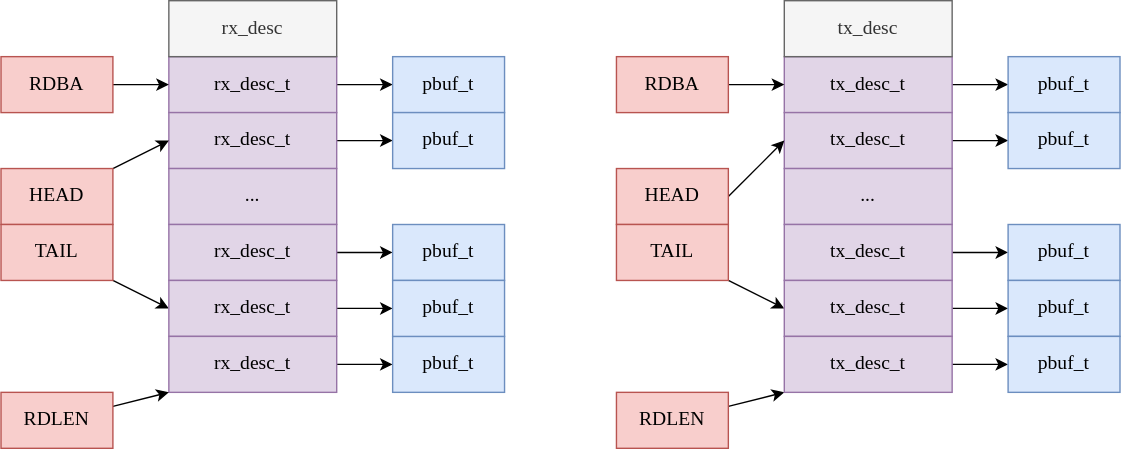
StevenBaby/onix keeps this draw.io diagram as docs/14 网络协议/images/e1000.drawio.svg. Above is the earlier version. Source tidied: cells renumbered, new cells last; positions are measured from the earlier drawing's top-left corner, leaving out a move shared by most shapes.
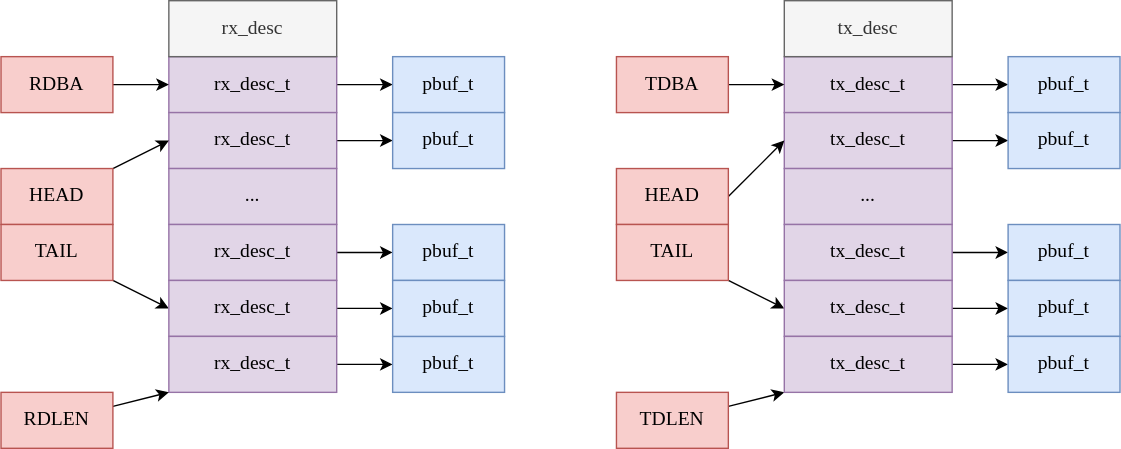
After the change.

Change to the diagram source:
```diff
@@ -125,7 +125,7 @@
     <mxCell id="42" style="edgeStyle=none;html=1;entryX=0;entryY=0.5;entryDx=0;entryDy=0;" parent="1" edge="1" source="43" target="14">
       <mxGeometry relative="1" as="geometry" />
     </mxCell>
-    <mxCell id="43" value="RDBA" style="rounded=0;whiteSpace=wrap;html=1;fillColor=#f8cecc;strokeColor=#b85450;fontSize=14;fontFamily=dengxian;" parent="1" vertex="1">
+    <mxCell id="43" value="TDBA" style="rounded=0;whiteSpace=wrap;html=1;fillColor=#f8cecc;strokeColor=#b85450;fontSize=14;fontFamily=dengxian;" parent="1" vertex="1">
       <mxGeometry x="440" y="40" width="80" height="40" as="geometry" />
     </mxCell>
     <mxCell id="44" style="edgeStyle=none;html=1;entryX=0;entryY=1;entryDx=0;entryDy=0;" parent="1" edge="1" source="45">
@@ -133,7 +133,7 @@
         <mxPoint x="560" y="280" as="targetPoint" />
       </mxGeometry>
     </mxCell>
-    <mxCell id="45" value="RDLEN" style="rounded=0;whiteSpace=wrap;html=1;fillColor=#f8cecc;strokeColor=#b85450;fontSize=14;fontFamily=dengxian;" parent="1" vertex="1">
+    <mxCell id="45" value="TDLEN" style="rounded=0;whiteSpace=wrap;html=1;fillColor=#f8cecc;strokeColor=#b85450;fontSize=14;fontFamily=dengxian;" parent="1" vertex="1">
       <mxGeometry x="440" y="280" width="80" height="40" as="geometry" />
     </mxCell>
     <mxCell id="46" style="edgeStyle=none;html=1;exitX=1;exitY=0.5;exitDx=0;exitDy=0;entryX=0;entryY=0.5;entryDx=0;entryDy=0;" parent="1" edge="1" source="47" target="50">
```
